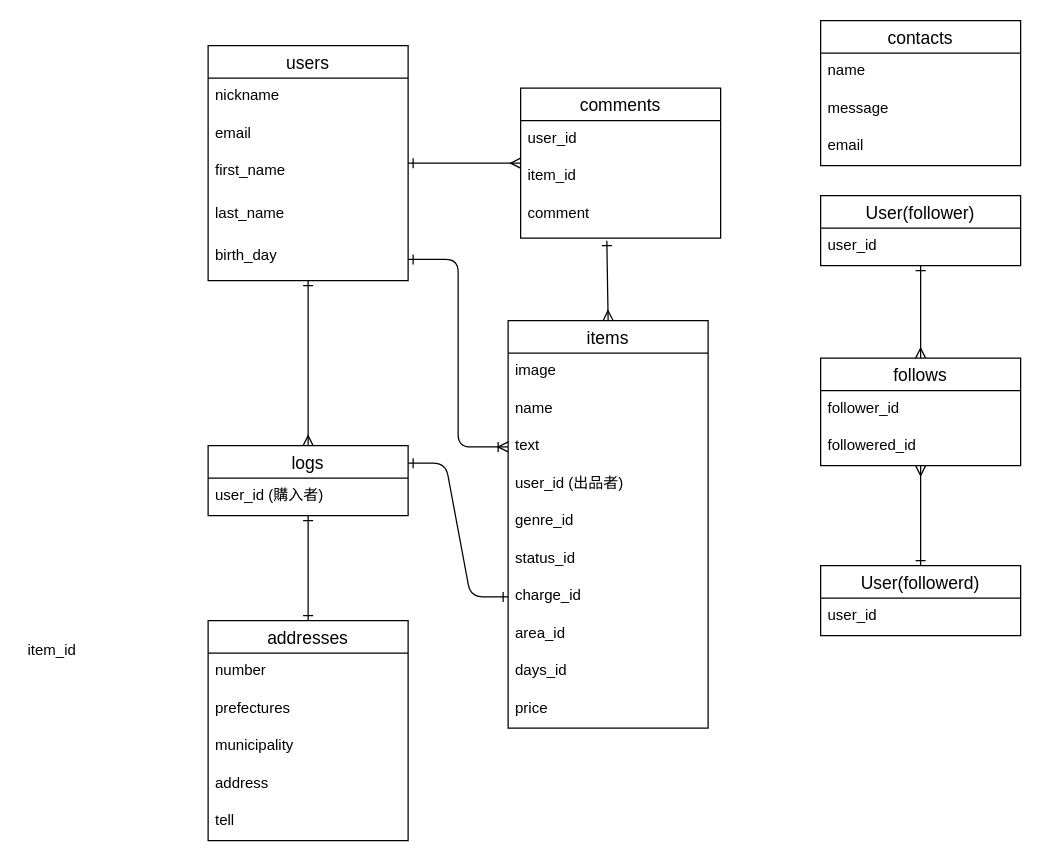
Earlier version of the draw.io diagram furima.dio (yamakazu88/furima-31985). Source tidied: cells renumbered, new cells numbered last; positions are measured from the earlier drawing's top-left corner, leaving out a move shared by most shapes. Both pictures are drawn from the tidied source at 125%, with x=0, y=0 at pixel (20, 20).
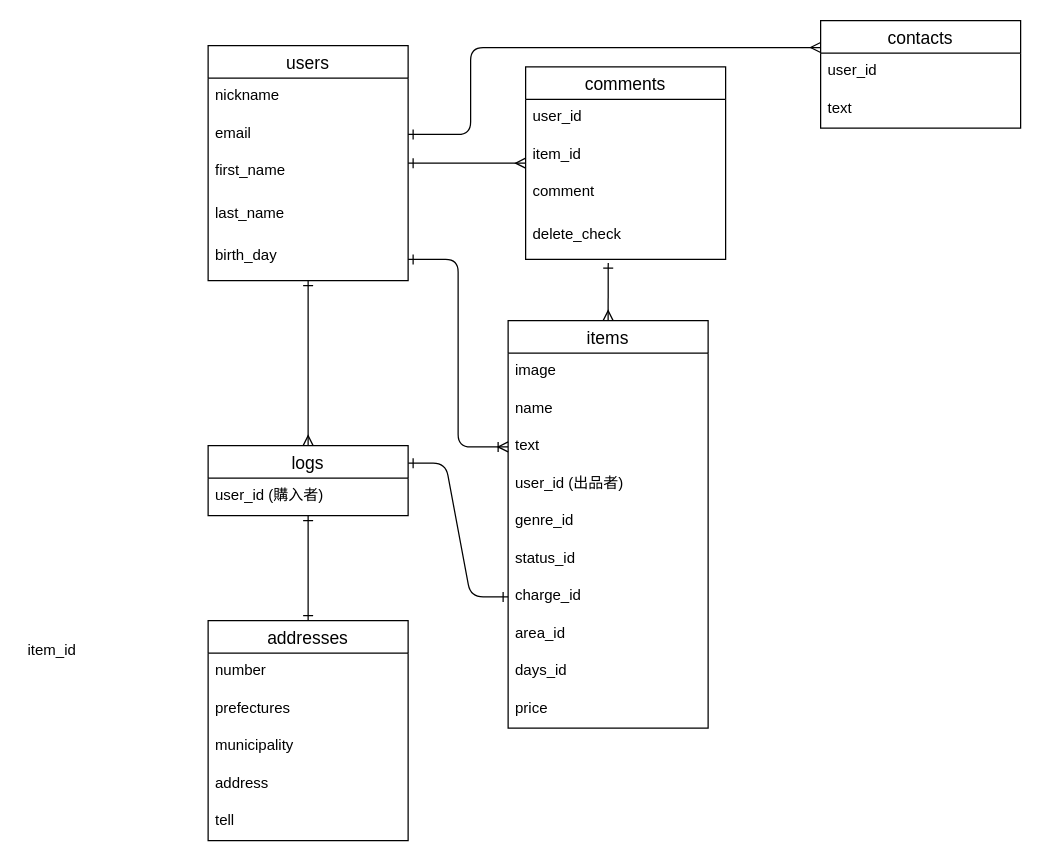
After the change.

Unchanged cells that the change refers to:
```xml
<mxCell id="6" value="email" style="text;strokeColor=none;fillColor=none;spacingLeft=4;spacingRight=4;overflow=hidden;points=[[0,0.5],[1,0.5]];portConstraint=eastwest;fontSize=12;" parent="4" vertex="1">
  <mxGeometry y="56" width="160" height="30" as="geometry" />
</mxCell>
<mxCell id="22" value="items" style="swimlane;fontStyle=0;horizontal=1;startSize=26;align=center;fontSize=14;" parent="1" vertex="1">
  <mxGeometry x="390" y="240" width="160" height="326" as="geometry" />
</mxCell>
```

Diff of the diagram source:
```diff
@@
+    <mxCell id="38" value="comments" style="swimlane;fontStyle=0;horizontal=1;startSize=26;align=center;fontSize=14;" parent="1" vertex="1">
+      <mxGeometry x="404" y="37" width="160" height="154" as="geometry" />
+    </mxCell>
+    <mxCell id="39" value="user_id" style="text;strokeColor=none;fillColor=none;spacingLeft=4;spacingRight=4;overflow=hidden;fontSize=12;" parent="38" vertex="1">
+      <mxGeometry y="26" width="160" height="30" as="geometry" />
+    </mxCell>
+    <mxCell id="40" value="item_id" style="text;strokeColor=none;fillColor=none;spacingLeft=4;spacingRight=4;overflow=hidden;fontSize=12;" parent="38" vertex="1">
+      <mxGeometry y="56" width="160" height="30" as="geometry" />
+    </mxCell>
+    <mxCell id="41" value="comment" style="text;strokeColor=none;fillColor=none;spacingLeft=4;spacingRight=4;overflow=hidden;points=[[0,0.5],[1,0.5]];portConstraint=eastwest;fontSize=12;" parent="38" vertex="1">
+      <mxGeometry y="86" width="160" height="34" as="geometry" />
+    </mxCell>
+    <mxCell id="44" value="delete_check" style="text;strokeColor=none;fillColor=none;spacingLeft=4;spacingRight=4;overflow=hidden;points=[[0,0.5],[1,0.5]];portConstraint=eastwest;fontSize=12;" parent="38" vertex="1">
+      <mxGeometry y="120" width="160" height="34" as="geometry" />
+    </mxCell>
@@
-    <mxCell id="33" style="fontSize=12;html=1;endArrow=ERmany;entryX=0.5;entryY=0;entryDx=0;entryDy=0;startArrow=ERone;startFill=0;exitX=0.431;exitY=1.059;exitDx=0;exitDy=0;exitPerimeter=0;" parent="1" edge="1" source="41" target="22">
+    <mxCell id="33" style="fontSize=12;html=1;endArrow=ERmany;entryX=0.5;entryY=0;entryDx=0;entryDy=0;startArrow=ERone;startFill=0;exitX=0.413;exitY=1.088;exitDx=0;exitDy=0;exitPerimeter=0;" parent="1" edge="1" source="44" target="22">
       <mxGeometry relative="1" as="geometry" />
     </mxCell>
+    <mxCell id="51" style="fontSize=12;html=1;endArrow=ERmany;exitX=1;exitY=0.5;exitDx=0;exitDy=0;startArrow=ERone;startFill=0;entryX=0;entryY=0.25;entryDx=0;entryDy=0;edgeStyle=orthogonalEdgeStyle;" parent="1" edge="1" source="6" target="34">
+      <mxGeometry relative="1" as="geometry">
+        <Array as="points">
+          <mxPoint x="360" y="91" />
+          <mxPoint x="360" y="22" />
+        </Array>
+      </mxGeometry>
+    </mxCell>
     <mxCell id="34" value="contacts" style="swimlane;fontStyle=0;horizontal=1;startSize=26;align=center;fontSize=14;" parent="1" vertex="1">
-      <mxGeometry x="640" width="160" height="116" as="geometry" />
+      <mxGeometry x="640" width="160" height="86" as="geometry" />
     </mxCell>
-    <mxCell id="35" value="name" style="text;strokeColor=none;fillColor=none;spacingLeft=4;spacingRight=4;overflow=hidden;fontSize=12;" parent="34" vertex="1">
+    <mxCell id="35" value="user_id" style="text;strokeColor=none;fillColor=none;spacingLeft=4;spacingRight=4;overflow=hidden;fontSize=12;" parent="34" vertex="1">
       <mxGeometry y="26" width="160" height="30" as="geometry" />
     </mxCell>
-    <mxCell id="36" value="message" style="text;strokeColor=none;fillColor=none;spacingLeft=4;spacingRight=4;overflow=hidden;fontSize=12;" parent="34" vertex="1">
+    <mxCell id="36" value="text" style="text;strokeColor=none;fillColor=none;spacingLeft=4;spacingRight=4;overflow=hidden;fontSize=12;" parent="34" vertex="1">
       <mxGeometry y="56" width="160" height="30" as="geometry" />
     </mxCell>
-    <mxCell id="37" value="email" style="text;strokeColor=none;fillColor=none;spacingLeft=4;spacingRight=4;overflow=hidden;fontSize=12;" parent="34" vertex="1">
-      <mxGeometry y="86" width="160" height="30" as="geometry" />
-    </mxCell>
-    <mxCell id="38" value="comments" style="swimlane;fontStyle=0;horizontal=1;startSize=26;align=center;fontSize=14;" parent="1" vertex="1">
-      <mxGeometry x="400" y="54" width="160" height="120" as="geometry" />
-    </mxCell>
-    <mxCell id="39" value="user_id" style="text;strokeColor=none;fillColor=none;spacingLeft=4;spacingRight=4;overflow=hidden;fontSize=12;" parent="38" vertex="1">
-      <mxGeometry y="26" width="160" height="30" as="geometry" />
-    </mxCell>
-    <mxCell id="40" value="item_id" style="text;strokeColor=none;fillColor=none;spacingLeft=4;spacingRight=4;overflow=hidden;fontSize=12;" parent="38" vertex="1">
-      <mxGeometry y="56" width="160" height="30" as="geometry" />
-    </mxCell>
-    <mxCell id="41" value="comment" style="text;strokeColor=none;fillColor=none;spacingLeft=4;spacingRight=4;overflow=hidden;points=[[0,0.5],[1,0.5]];portConstraint=eastwest;fontSize=12;" parent="38" vertex="1">
-      <mxGeometry y="86" width="160" height="34" as="geometry" />
-    </mxCell>
-    <mxCell id="42" style="edgeStyle=orthogonalEdgeStyle;rounded=0;jettySize=auto;html=1;endArrow=ERone;endFill=0;startArrow=ERmany;startFill=0;" parent="1" edge="1" source="44" target="47">
-      <mxGeometry relative="1" as="geometry" />
-    </mxCell>
-    <mxCell id="43" style="edgeStyle=orthogonalEdgeStyle;rounded=0;jettySize=auto;html=1;startArrow=ERmany;startFill=0;endArrow=ERone;endFill=0;" parent="1" edge="1" source="44" target="49">
-      <mxGeometry relative="1" as="geometry" />
-    </mxCell>
-    <mxCell id="44" value="follows" style="swimlane;fontStyle=0;horizontal=1;startSize=26;align=center;fontSize=14;" parent="1" vertex="1">
-      <mxGeometry x="640" y="270" width="160" height="86" as="geometry" />
-    </mxCell>
-    <mxCell id="45" value="follower_id" style="text;strokeColor=none;fillColor=none;spacingLeft=4;spacingRight=4;overflow=hidden;fontSize=12;" parent="44" vertex="1">
-      <mxGeometry y="26" width="160" height="30" as="geometry" />
-    </mxCell>
-    <mxCell id="46" value="followered_id" style="text;strokeColor=none;fillColor=none;spacingLeft=4;spacingRight=4;overflow=hidden;fontSize=12;" parent="44" vertex="1">
-      <mxGeometry y="56" width="160" height="30" as="geometry" />
-    </mxCell>
-    <mxCell id="47" value="User(follower)" style="swimlane;fontStyle=0;horizontal=1;startSize=26;align=center;fontSize=14;" parent="1" vertex="1">
-      <mxGeometry x="640" y="140" width="160" height="56" as="geometry" />
-    </mxCell>
-    <mxCell id="48" value="user_id" style="text;strokeColor=none;fillColor=none;spacingLeft=4;spacingRight=4;overflow=hidden;fontSize=12;" parent="47" vertex="1">
-      <mxGeometry y="26" width="160" height="30" as="geometry" />
-    </mxCell>
-    <mxCell id="49" value="User(followerd)" style="swimlane;fontStyle=0;horizontal=1;startSize=26;align=center;fontSize=14;" parent="1" vertex="1">
-      <mxGeometry x="640" y="436" width="160" height="56" as="geometry" />
-    </mxCell>
-    <mxCell id="50" value="user_id" style="text;strokeColor=none;fillColor=none;spacingLeft=4;spacingRight=4;overflow=hidden;fontSize=12;" parent="49" vertex="1">
-      <mxGeometry y="26" width="160" height="30" as="geometry" />
-    </mxCell>
```
